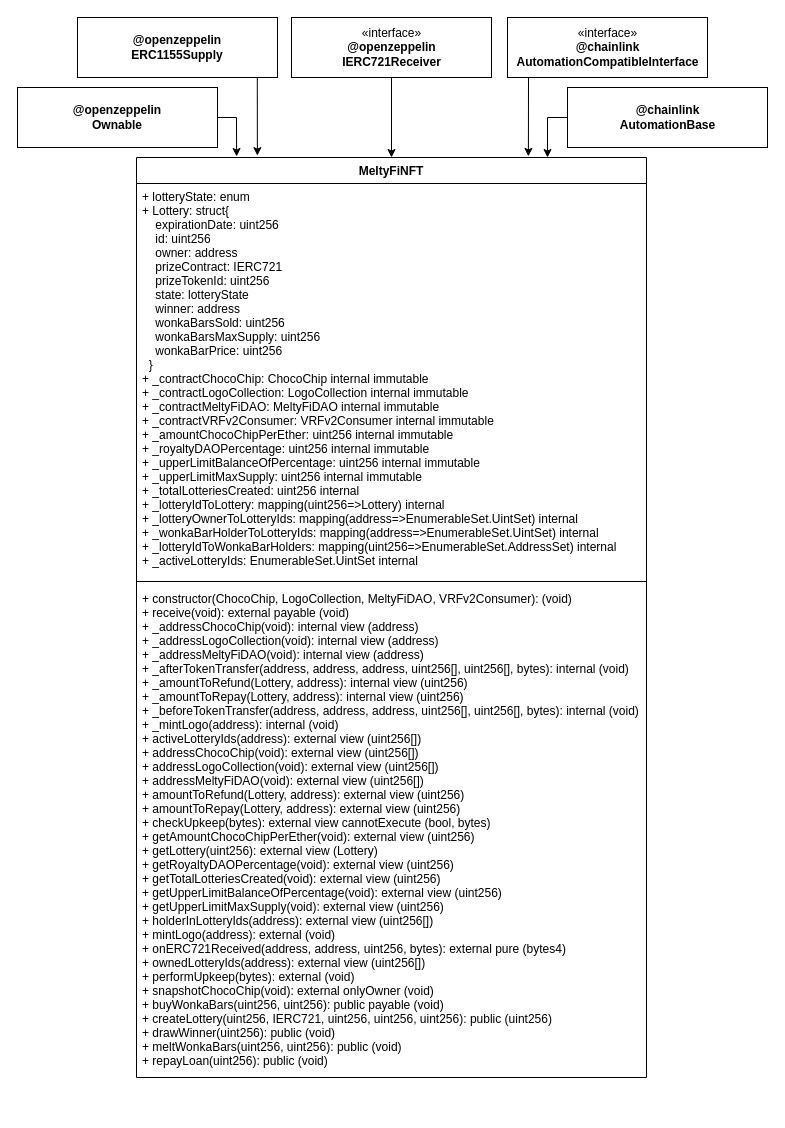
VincenzoImp/meltyfi keeps this draw.io diagram as report/diagrams/MeltyFiNFT_class_diagram.drawio. Above is the earlier version. Source tidied: cells renumbered, new cells numbered last; positions are measured from the earlier drawing's top-left corner, leaving out a move shared by most shapes. Both pictures are drawn from the tidied source at 100%, with x=0, y=0 at pixel (17, 17).
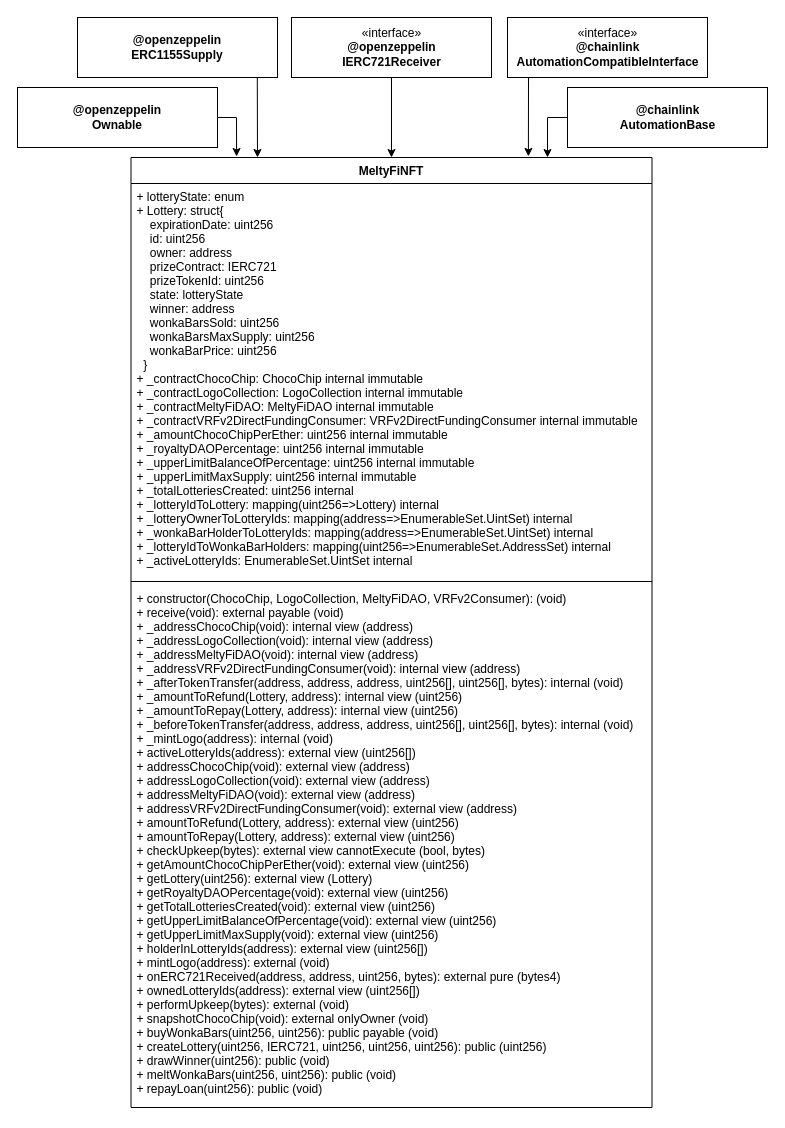
After the change.

The change refers to these unchanged cells:
```xml
<mxCell id="15" value="&lt;b&gt;@openzeppelin&lt;br&gt;ERC1155Supply&lt;/b&gt;" style="rounded=0;whiteSpace=wrap;html=1;fillColor=none;" parent="1" vertex="1">
  <mxGeometry x="60" width="200" height="60" as="geometry" />
</mxCell>
```

What changed in the source:
```diff
@@
     <mxCell id="2" value="MeltyFiNFT" style="swimlane;fontStyle=1;align=center;verticalAlign=top;horizontal=1;startSize=26;" parent="1" vertex="1">
-      <mxGeometry x="119" y="140" width="510" height="920" as="geometry" />
+      <mxGeometry x="113.5" y="140" width="521" height="950" as="geometry" />
     </mxCell>
-    <mxCell id="3" value="+ lotteryState: enum&#10;+ Lottery: struct{&#10;    expirationDate: uint256&#10;    id: uint256&#10;    owner: address&#10;    prizeContract: IERC721&#10;    prizeTokenId: uint256&#10;    state: lotteryState&#10;    winner: address&#10;    wonkaBarsSold: uint256&#10;    wonkaBarsMaxSupply: uint256&#10;    wonkaBarPrice: uint256&#10;  }&#10;+ _contractChocoChip: ChocoChip internal immutable&#10;+ _contractLogoCollection: LogoCollection internal immutable &#10;+ _contractMeltyFiDAO: MeltyFiDAO internal immutable &#10;+ _contractVRFv2Consumer: VRFv2Consumer internal immutable &#10;+ _amountChocoChipPerEther: uint256 internal immutable &#10;+ _royaltyDAOPercentage: uint256 internal immutable &#10;+ _upperLimitBalanceOfPercentage: uint256 internal immutable &#10;+ _upperLimitMaxSupply: uint256 internal immutable &#10;+ _totalLotteriesCreated: uint256 internal &#10;+ _lotteryIdToLottery: mapping(uint256=&gt;Lottery) internal&#10;+ _lotteryOwnerToLotteryIds: mapping(address=&gt;EnumerableSet.UintSet) internal &#10;+ _wonkaBarHolderToLotteryIds: mapping(address=&gt;EnumerableSet.UintSet) internal&#10;+ _lotteryIdToWonkaBarHolders: mapping(uint256=&gt;EnumerableSet.AddressSet) internal&#10;+ _activeLotteryIds: EnumerableSet.UintSet internal " style="text;strokeColor=none;fillColor=none;align=left;verticalAlign=top;spacingLeft=4;spacingRight=4;overflow=hidden;" parent="2" vertex="1">
-      <mxGeometry y="26" width="510" height="394" as="geometry" />
+    <mxCell id="3" value="+ lotteryState: enum&#10;+ Lottery: struct{&#10;    expirationDate: uint256&#10;    id: uint256&#10;    owner: address&#10;    prizeContract: IERC721&#10;    prizeTokenId: uint256&#10;    state: lotteryState&#10;    winner: address&#10;    wonkaBarsSold: uint256&#10;    wonkaBarsMaxSupply: uint256&#10;    wonkaBarPrice: uint256&#10;  }&#10;+ _contractChocoChip: ChocoChip internal immutable&#10;+ _contractLogoCollection: LogoCollection internal immutable &#10;+ _contractMeltyFiDAO: MeltyFiDAO internal immutable &#10;+ _contractVRFv2DirectFundingConsumer: VRFv2DirectFundingConsumer internal immutable &#10;+ _amountChocoChipPerEther: uint256 internal immutable &#10;+ _royaltyDAOPercentage: uint256 internal immutable &#10;+ _upperLimitBalanceOfPercentage: uint256 internal immutable &#10;+ _upperLimitMaxSupply: uint256 internal immutable &#10;+ _totalLotteriesCreated: uint256 internal &#10;+ _lotteryIdToLottery: mapping(uint256=&gt;Lottery) internal&#10;+ _lotteryOwnerToLotteryIds: mapping(address=&gt;EnumerableSet.UintSet) internal &#10;+ _wonkaBarHolderToLotteryIds: mapping(address=&gt;EnumerableSet.UintSet) internal&#10;+ _lotteryIdToWonkaBarHolders: mapping(uint256=&gt;EnumerableSet.AddressSet) internal&#10;+ _activeLotteryIds: EnumerableSet.UintSet internal " style="text;strokeColor=none;fillColor=none;align=left;verticalAlign=top;spacingLeft=4;spacingRight=4;overflow=hidden;" parent="2" vertex="1">
+      <mxGeometry y="26" width="521" height="394" as="geometry" />
     </mxCell>
     <mxCell id="4" style="line;strokeWidth=1;fillColor=none;align=left;verticalAlign=middle;spacingTop=-1;spacingLeft=3;spacingRight=3;labelPosition=right;strokeColor=inherit;" parent="2" vertex="1">
-      <mxGeometry y="420" width="510" height="8" as="geometry" />
+      <mxGeometry y="420" width="521" height="8" as="geometry" />
     </mxCell>
-    <mxCell id="5" value="+ constructor(ChocoChip, LogoCollection, MeltyFiDAO, VRFv2Consumer): (void)&#10;+ receive(void): external payable (void)&#10;+ _addressChocoChip(void): internal view (address)&#10;+ _addressLogoCollection(void): internal view (address)&#10;+ _addressMeltyFiDAO(void): internal view (address)&#10;+ _afterTokenTransfer(address, address, address, uint256[], uint256[], bytes): internal (void)&#10;+ _amountToRefund(Lottery, address): internal view (uint256)&#10;+ _amountToRepay(Lottery, address): internal view (uint256)&#10;+ _beforeTokenTransfer(address, address, address, uint256[], uint256[], bytes): internal (void)&#10;+ _mintLogo(address): internal (void)&#10;+ activeLotteryIds(address): external view (uint256[])&#10;+ addressChocoChip(void): external view (uint256[])&#10;+ addressLogoCollection(void): external view (uint256[])&#10;+ addressMeltyFiDAO(void): external view (uint256[])&#10;+ amountToRefund(Lottery, address): external view (uint256)&#10;+ amountToRepay(Lottery, address): external view (uint256)&#10;+ checkUpkeep(bytes): external view cannotExecute (bool, bytes)&#10;+ getAmountChocoChipPerEther(void): external view (uint256)&#10;+ getLottery(uint256): external view (Lottery)&#10;+ getRoyaltyDAOPercentage(void): external view (uint256)&#10;+ getTotalLotteriesCreated(void): external view (uint256)&#10;+ getUpperLimitBalanceOfPercentage(void): external view (uint256)&#10;+ getUpperLimitMaxSupply(void): external view (uint256)&#10;+ holderInLotteryIds(address): external view (uint256[])&#10;+ mintLogo(address): external (void)&#10;+ onERC721Received(address, address, uint256, bytes): external pure (bytes4)&#10;+ ownedLotteryIds(address): external view (uint256[])&#10;+ performUpkeep(bytes): external (void)&#10;+ snapshotChocoChip(void): external onlyOwner (void)&#10;+ buyWonkaBars(uint256, uint256): public payable (void)&#10;+ createLottery(uint256, IERC721, uint256, uint256, uint256): public (uint256) &#10;+ drawWinner(uint256): public (void)&#10;+ meltWonkaBars(uint256, uint256): public (void)&#10;+ repayLoan(uint256): public (void)&#10;" style="text;strokeColor=none;fillColor=none;align=left;verticalAlign=top;spacingLeft=4;spacingRight=4;overflow=hidden;" parent="2" vertex="1">
-      <mxGeometry y="428" width="510" height="492" as="geometry" />
+    <mxCell id="5" value="+ constructor(ChocoChip, LogoCollection, MeltyFiDAO, VRFv2Consumer): (void)&#10;+ receive(void): external payable (void)&#10;+ _addressChocoChip(void): internal view (address)&#10;+ _addressLogoCollection(void): internal view (address)&#10;+ _addressMeltyFiDAO(void): internal view (address)&#10;+ _addressVRFv2DirectFundingConsumer(void): internal view (address)&#10;+ _afterTokenTransfer(address, address, address, uint256[], uint256[], bytes): internal (void)&#10;+ _amountToRefund(Lottery, address): internal view (uint256)&#10;+ _amountToRepay(Lottery, address): internal view (uint256)&#10;+ _beforeTokenTransfer(address, address, address, uint256[], uint256[], bytes): internal (void)&#10;+ _mintLogo(address): internal (void)&#10;+ activeLotteryIds(address): external view (uint256[])&#10;+ addressChocoChip(void): external view (address)&#10;+ addressLogoCollection(void): external view (address)&#10;+ addressMeltyFiDAO(void): external view (address)&#10;+ addressVRFv2DirectFundingConsumer(void): external view (address)&#10;+ amountToRefund(Lottery, address): external view (uint256)&#10;+ amountToRepay(Lottery, address): external view (uint256)&#10;+ checkUpkeep(bytes): external view cannotExecute (bool, bytes)&#10;+ getAmountChocoChipPerEther(void): external view (uint256)&#10;+ getLottery(uint256): external view (Lottery)&#10;+ getRoyaltyDAOPercentage(void): external view (uint256)&#10;+ getTotalLotteriesCreated(void): external view (uint256)&#10;+ getUpperLimitBalanceOfPercentage(void): external view (uint256)&#10;+ getUpperLimitMaxSupply(void): external view (uint256)&#10;+ holderInLotteryIds(address): external view (uint256[])&#10;+ mintLogo(address): external (void)&#10;+ onERC721Received(address, address, uint256, bytes): external pure (bytes4)&#10;+ ownedLotteryIds(address): external view (uint256[])&#10;+ performUpkeep(bytes): external (void)&#10;+ snapshotChocoChip(void): external onlyOwner (void)&#10;+ buyWonkaBars(uint256, uint256): public payable (void)&#10;+ createLottery(uint256, IERC721, uint256, uint256, uint256): public (uint256) &#10;+ drawWinner(uint256): public (void)&#10;+ meltWonkaBars(uint256, uint256): public (void)&#10;+ repayLoan(uint256): public (void)&#10;" style="text;strokeColor=none;fillColor=none;align=left;verticalAlign=top;spacingLeft=4;spacingRight=4;overflow=hidden;" parent="2" vertex="1">
+      <mxGeometry y="428" width="521" height="522" as="geometry" />
     </mxCell>
@@
-    <mxCell id="10" style="endArrow=classic;html=1;rounded=0;exitX=0.899;exitY=1;exitDx=0;exitDy=0;entryX=0.237;entryY=-0.002;entryDx=0;entryDy=0;exitPerimeter=0;entryPerimeter=0;" parent="1" edge="1" source="15" target="2">
-      <mxGeometry relative="1" as="geometry" />
+    <mxCell id="10" style="endArrow=classic;html=1;rounded=0;exitX=0.899;exitY=1;exitDx=0;exitDy=0;exitPerimeter=0;" parent="1" edge="1" source="15">
+      <mxGeometry relative="1" as="geometry">
+        <mxPoint x="240" y="140" as="targetPoint" />
+      </mxGeometry>
     </mxCell>
```
